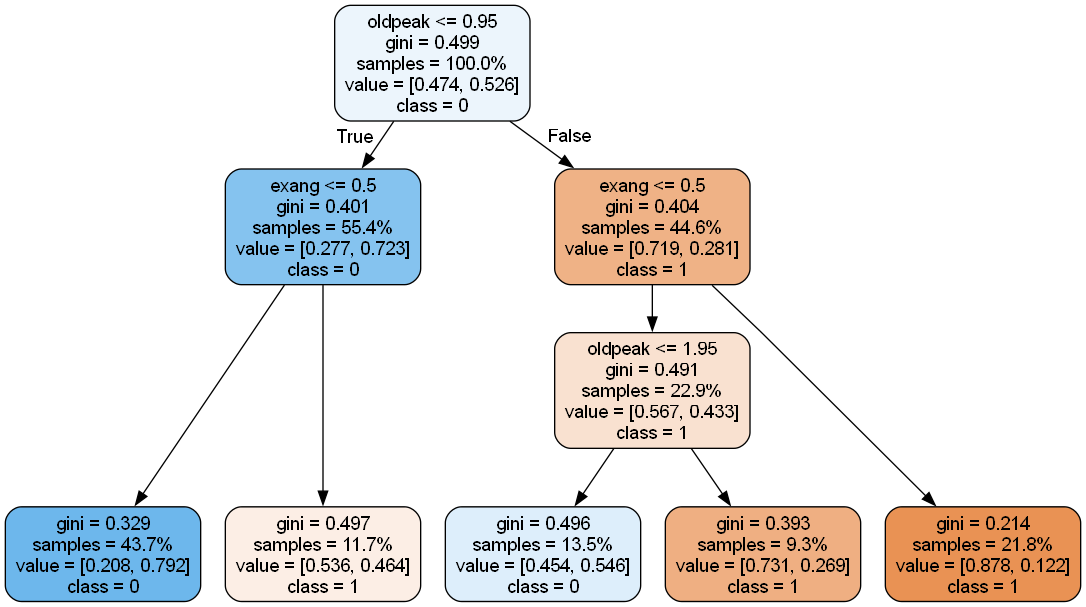
Before: Homework_7_Decision_Tree_Random_Forest/tree_images/manual_selected_params_decision_tree.png, a diagram exported from Graphviz (Ghenntoggy1/Sigmoid-ML-Tasks). Its source is kept beside it as Homework_7_Decision_Tree_Random_Forest/tree_images/manual_selected_params_decision_tree.dot.
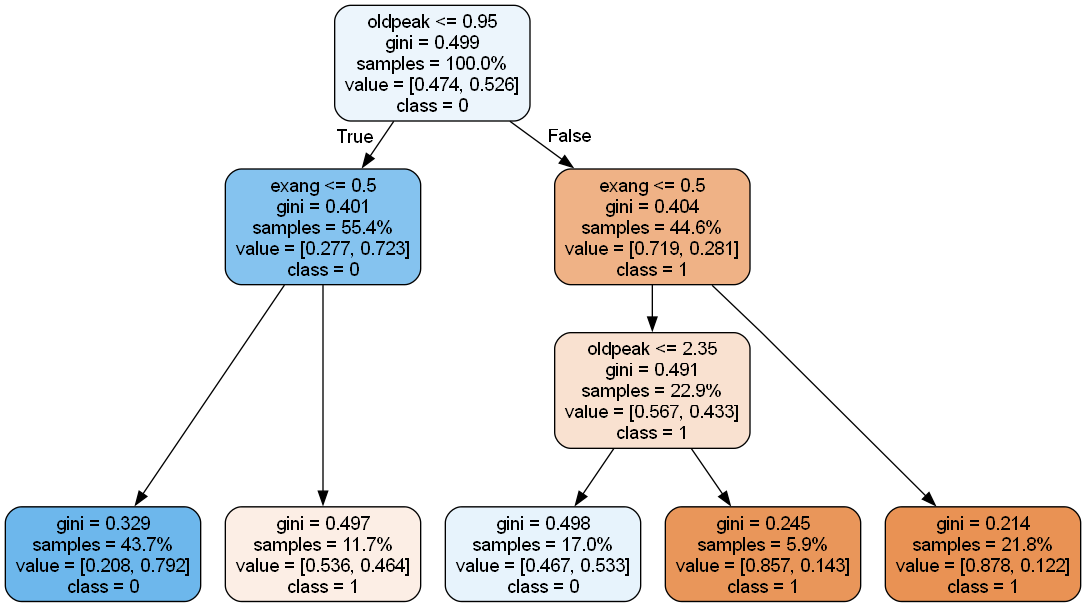
Above is the later version.

What changed in the source:
```diff
@@ -11,11 +11,11 @@
 1 -> 6 ;
 2 [label="exang <= 0.5\ngini = 0.404\nsamples = 44.6%\nvalue = [0.719, 0.281]\nclass = 1", fillcolor="#efb286"] ;
 0 -> 2 [labeldistance=2.5, labelangle=-45, headlabel="False"] ;
-3 [label="oldpeak <= 1.95\ngini = 0.491\nsamples = 22.9%\nvalue = [0.567, 0.433]\nclass = 1", fillcolor="#f9e1d0"] ;
+3 [label="oldpeak <= 2.35\ngini = 0.491\nsamples = 22.9%\nvalue = [0.567, 0.433]\nclass = 1", fillcolor="#f9e1d0"] ;
 2 -> 3 ;
-7 [label="gini = 0.496\nsamples = 13.5%\nvalue = [0.454, 0.546]\nclass = 0", fillcolor="#ddeefb"] ;
+7 [label="gini = 0.498\nsamples = 17.0%\nvalue = [0.467, 0.533]\nclass = 0", fillcolor="#e7f3fc"] ;
 3 -> 7 ;
-8 [label="gini = 0.393\nsamples = 9.3%\nvalue = [0.731, 0.269]\nclass = 1", fillcolor="#efaf82"] ;
+8 [label="gini = 0.245\nsamples = 5.9%\nvalue = [0.857, 0.143]\nclass = 1", fillcolor="#e9965a"] ;
 3 -> 8 ;
 4 [label="gini = 0.214\nsamples = 21.8%\nvalue = [0.878, 0.122]\nclass = 1", fillcolor="#e99254"] ;
 2 -> 4 ;
```
